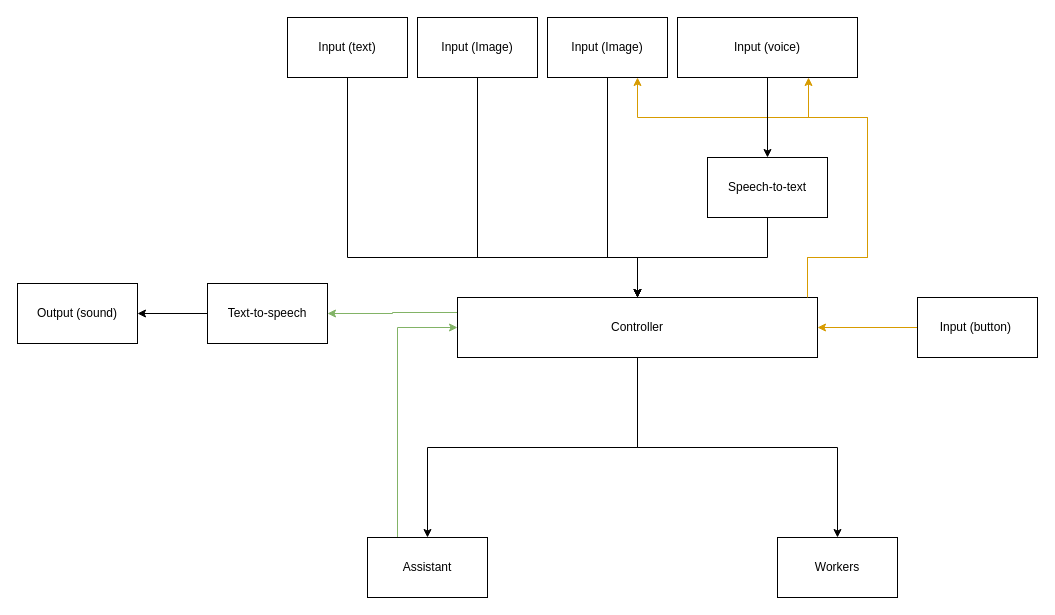
Above: page "Architecture" (1 of 2) of Architecture.drawio in Thorwig/C.H.I.P (draw.io), before the change. Source tidied: cells renumbered, new cells numbered last; positions are measured from the earlier drawing's top-left corner, leaving out a move shared by most shapes. Both pictures are drawn from the tidied source at 100%, with x=0, y=0 at pixel (17, 17).
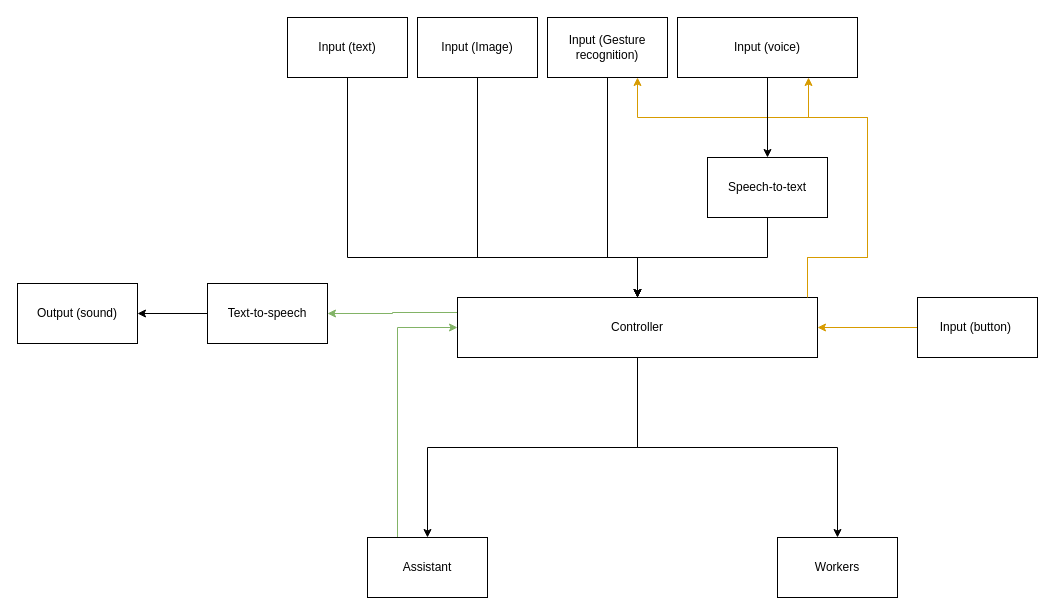
The same diagram, later.

Commit message (it also covers changes not shown here):
Added Gesture Recognition Microservice.drawio

What changed in the source:
```diff
@@
-    <mxCell id="23" value="Input (Image)" style="rounded=0;whiteSpace=wrap;html=1;" parent="1" vertex="1">
+    <mxCell id="23" value="Input (Gesture recognition)" style="rounded=0;whiteSpace=wrap;html=1;" parent="1" vertex="1">
       <mxGeometry x="530" width="120" height="60" as="geometry" />
     </mxCell>
```
